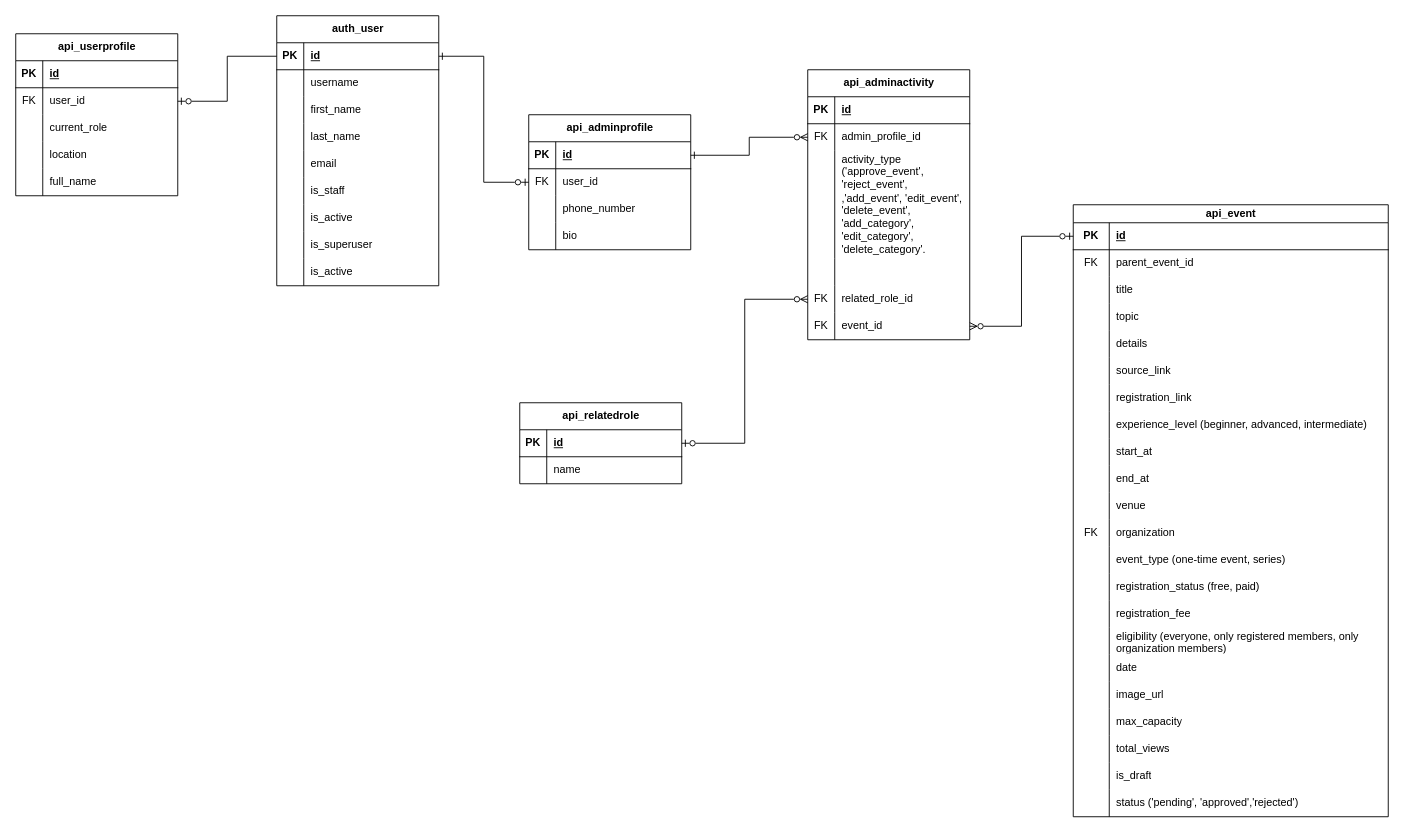
RHILIUS/drawio keeps this draw.io diagram as page "Admin" (7 of 7) of 2Gether.drawio. Above is the earlier version. Source tidied: cells renumbered, new cells numbered last; positions are measured from the earlier drawing's top-left corner, leaving out a move shared by most shapes. Both pictures are drawn from the tidied source at 90%, with x=0, y=0 at pixel (15, 15).
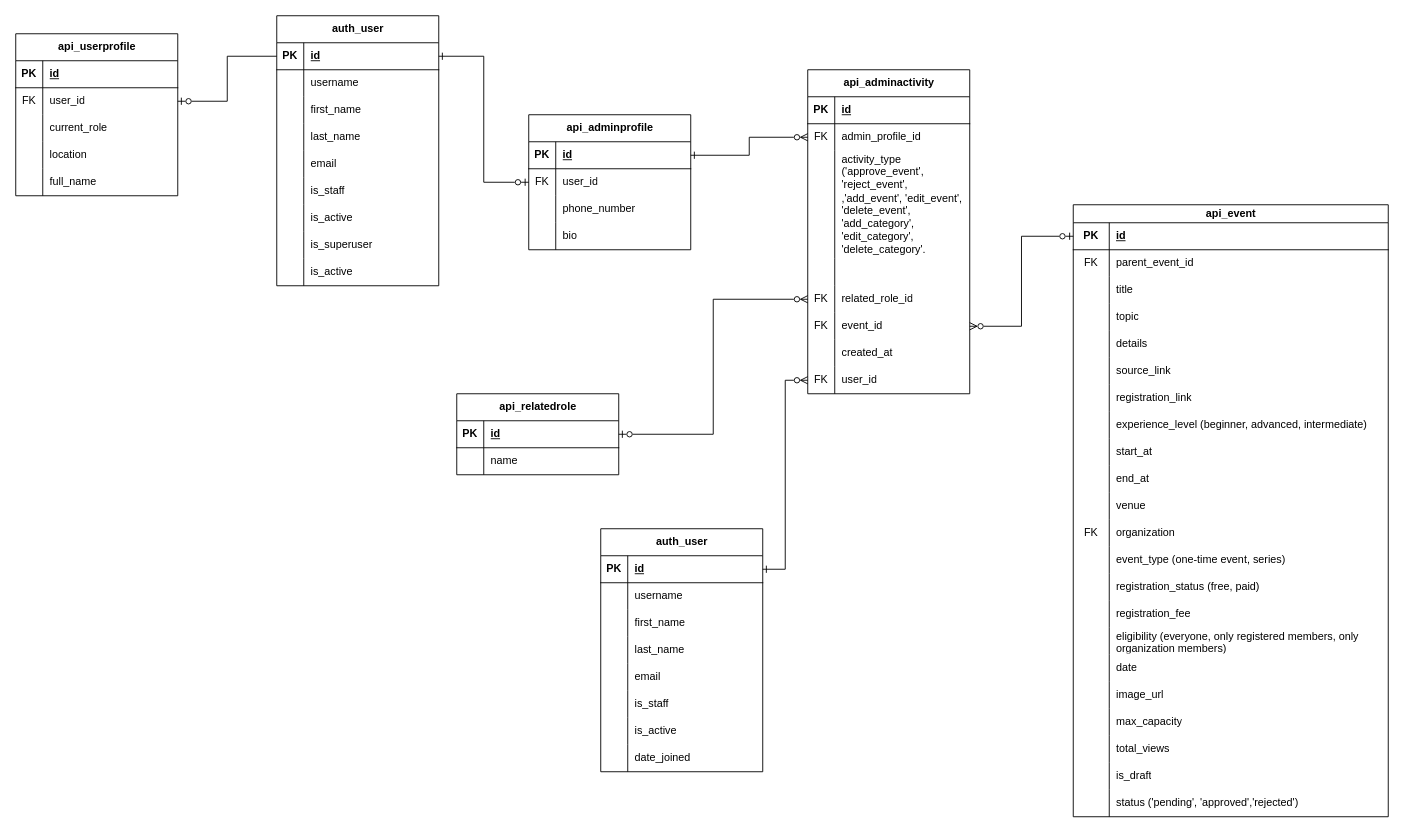
The same diagram, later.

Change to the diagram source:
```diff
@@
     <mxCell id="61" value="api_adminactivity" style="shape=table;startSize=30;childLayout=tableLayout;rowLines=0;fontStyle=1;align=center;html=1;" parent="1" vertex="1">
-      <mxGeometry x="880" y="60" width="180" height="300" as="geometry" />
+      <mxGeometry x="880" y="60" width="180" height="360" as="geometry" />
     </mxCell>
@@
+    <mxCell id="157" style="shape=tableRow;horizontal=0;startSize=0;swimlaneHead=0;swimlaneBody=0;fillColor=none;top=0;left=0;right=0;bottom=0;" parent="61" vertex="1">
+      <mxGeometry y="300" width="180" height="30" as="geometry" />
+    </mxCell>
+    <mxCell id="158" style="shape=partialRectangle;fillColor=none;top=0;left=0;bottom=0;right=0;overflow=hidden;whiteSpace=wrap;html=1;" parent="157" vertex="1">
+      <mxGeometry width="30" height="30" as="geometry" />
+    </mxCell>
+    <mxCell id="159" value="created_at" style="shape=partialRectangle;fillColor=none;top=0;left=0;bottom=0;right=0;align=left;spacingLeft=6;overflow=hidden;whiteSpace=wrap;html=1;" parent="157" vertex="1">
+      <mxGeometry x="30" width="150" height="30" as="geometry" />
+    </mxCell>
+    <mxCell id="160" style="shape=tableRow;horizontal=0;startSize=0;swimlaneHead=0;swimlaneBody=0;fillColor=none;points=[[0,0.5],[1,0.5]];portConstraint=eastwest;top=0;left=0;right=0;bottom=0;" parent="61" vertex="1">
+      <mxGeometry y="330" width="180" height="30" as="geometry" />
+    </mxCell>
+    <mxCell id="161" value="FK" style="shape=partialRectangle;fillColor=none;top=0;left=0;bottom=0;right=0;overflow=hidden;whiteSpace=wrap;html=1;" parent="160" vertex="1">
+      <mxGeometry width="30" height="30" as="geometry" />
+    </mxCell>
+    <mxCell id="162" value="user_id" style="shape=partialRectangle;fillColor=none;top=0;left=0;bottom=0;right=0;align=left;spacingLeft=6;overflow=hidden;whiteSpace=wrap;html=1;" parent="160" vertex="1">
+      <mxGeometry x="30" width="150" height="30" as="geometry" />
+    </mxCell>
@@
     <mxCell id="81" value="api_relatedrole" style="shape=table;startSize=30;childLayout=tableLayout;rowLines=0;fontStyle=1;align=center;html=1;" parent="1" vertex="1">
-      <mxGeometry x="560" y="430" width="180" height="90" as="geometry" />
+      <mxGeometry x="490" y="420" width="180" height="90" as="geometry" />
     </mxCell>
@@
+    <mxCell id="163" value="auth_user" style="shape=table;startSize=30;childLayout=tableLayout;rowLines=0;fontStyle=1;align=center;html=1;" parent="1" vertex="1">
+      <mxGeometry x="650" y="570" width="180" height="270" as="geometry" />
+    </mxCell>
+    <mxCell id="164" style="shape=tableRow;horizontal=0;startSize=0;swimlaneHead=0;swimlaneBody=0;fillColor=none;points=[[0,0.5],[1,0.5]];portConstraint=eastwest;top=0;left=0;right=0;bottom=1;" parent="163" vertex="1">
+      <mxGeometry y="30" width="180" height="30" as="geometry" />
+    </mxCell>
+    <mxCell id="165" value="PK" style="shape=partialRectangle;fillColor=none;top=0;left=0;bottom=0;right=0;fontStyle=1;overflow=hidden;whiteSpace=wrap;html=1;" parent="164" vertex="1">
+      <mxGeometry width="30" height="30" as="geometry" />
+    </mxCell>
+    <mxCell id="166" value="id" style="shape=partialRectangle;fillColor=none;top=0;left=0;bottom=0;right=0;align=left;spacingLeft=6;fontStyle=5;overflow=hidden;whiteSpace=wrap;html=1;" parent="164" vertex="1">
+      <mxGeometry x="30" width="150" height="30" as="geometry" />
+    </mxCell>
+    <mxCell id="167" style="shape=tableRow;horizontal=0;startSize=0;swimlaneHead=0;swimlaneBody=0;fillColor=none;top=0;left=0;right=0;bottom=0;" parent="163" vertex="1">
+      <mxGeometry y="60" width="180" height="30" as="geometry" />
+    </mxCell>
+    <mxCell id="168" style="shape=partialRectangle;fillColor=none;top=0;left=0;bottom=0;right=0;overflow=hidden;whiteSpace=wrap;html=1;" parent="167" vertex="1">
+      <mxGeometry width="30" height="30" as="geometry" />
+    </mxCell>
+    <mxCell id="169" value="username" style="shape=partialRectangle;fillColor=none;top=0;left=0;bottom=0;right=0;align=left;spacingLeft=6;overflow=hidden;whiteSpace=wrap;html=1;" parent="167" vertex="1">
+      <mxGeometry x="30" width="150" height="30" as="geometry" />
+    </mxCell>
+    <mxCell id="170" style="shape=tableRow;horizontal=0;startSize=0;swimlaneHead=0;swimlaneBody=0;fillColor=none;top=0;left=0;right=0;bottom=0;" parent="163" vertex="1">
+      <mxGeometry y="90" width="180" height="30" as="geometry" />
+    </mxCell>
+    <mxCell id="171" style="shape=partialRectangle;fillColor=none;top=0;left=0;bottom=0;right=0;overflow=hidden;whiteSpace=wrap;html=1;" parent="170" vertex="1">
+      <mxGeometry width="30" height="30" as="geometry" />
+    </mxCell>
+    <mxCell id="172" value="first_name" style="shape=partialRectangle;fillColor=none;top=0;left=0;bottom=0;right=0;align=left;spacingLeft=6;overflow=hidden;whiteSpace=wrap;html=1;" parent="170" vertex="1">
+      <mxGeometry x="30" width="150" height="30" as="geometry" />
+    </mxCell>
+    <mxCell id="173" style="shape=tableRow;horizontal=0;startSize=0;swimlaneHead=0;swimlaneBody=0;fillColor=none;top=0;left=0;right=0;bottom=0;" parent="163" vertex="1">
+      <mxGeometry y="120" width="180" height="30" as="geometry" />
+    </mxCell>
+    <mxCell id="174" style="shape=partialRectangle;fillColor=none;top=0;left=0;bottom=0;right=0;overflow=hidden;whiteSpace=wrap;html=1;" parent="173" vertex="1">
+      <mxGeometry width="30" height="30" as="geometry" />
+    </mxCell>
+    <mxCell id="175" value="last_name" style="shape=partialRectangle;fillColor=none;top=0;left=0;bottom=0;right=0;align=left;spacingLeft=6;overflow=hidden;whiteSpace=wrap;html=1;" parent="173" vertex="1">
+      <mxGeometry x="30" width="150" height="30" as="geometry" />
+    </mxCell>
+    <mxCell id="176" style="shape=tableRow;horizontal=0;startSize=0;swimlaneHead=0;swimlaneBody=0;fillColor=none;top=0;left=0;right=0;bottom=0;" parent="163" vertex="1">
+      <mxGeometry y="150" width="180" height="30" as="geometry" />
+    </mxCell>
+    <mxCell id="177" style="shape=partialRectangle;fillColor=none;top=0;left=0;bottom=0;right=0;overflow=hidden;whiteSpace=wrap;html=1;" parent="176" vertex="1">
+      <mxGeometry width="30" height="30" as="geometry" />
+    </mxCell>
+    <mxCell id="178" value="email" style="shape=partialRectangle;fillColor=none;top=0;left=0;bottom=0;right=0;align=left;spacingLeft=6;overflow=hidden;whiteSpace=wrap;html=1;" parent="176" vertex="1">
+      <mxGeometry x="30" width="150" height="30" as="geometry" />
+    </mxCell>
+    <mxCell id="179" style="shape=tableRow;horizontal=0;startSize=0;swimlaneHead=0;swimlaneBody=0;fillColor=none;top=0;left=0;right=0;bottom=0;" parent="163" vertex="1">
+      <mxGeometry y="180" width="180" height="30" as="geometry" />
+    </mxCell>
+    <mxCell id="180" style="shape=partialRectangle;fillColor=none;top=0;left=0;bottom=0;right=0;overflow=hidden;whiteSpace=wrap;html=1;" parent="179" vertex="1">
+      <mxGeometry width="30" height="30" as="geometry" />
+    </mxCell>
+    <mxCell id="181" value="is_staff" style="shape=partialRectangle;fillColor=none;top=0;left=0;bottom=0;right=0;align=left;spacingLeft=6;overflow=hidden;whiteSpace=wrap;html=1;" parent="179" vertex="1">
+      <mxGeometry x="30" width="150" height="30" as="geometry" />
+    </mxCell>
+    <mxCell id="182" style="shape=tableRow;horizontal=0;startSize=0;swimlaneHead=0;swimlaneBody=0;fillColor=none;top=0;left=0;right=0;bottom=0;" parent="163" vertex="1">
+      <mxGeometry y="210" width="180" height="30" as="geometry" />
+    </mxCell>
+    <mxCell id="183" style="shape=partialRectangle;fillColor=none;top=0;left=0;bottom=0;right=0;overflow=hidden;whiteSpace=wrap;html=1;" parent="182" vertex="1">
+      <mxGeometry width="30" height="30" as="geometry" />
+    </mxCell>
+    <mxCell id="184" value="is_active" style="shape=partialRectangle;fillColor=none;top=0;left=0;bottom=0;right=0;align=left;spacingLeft=6;overflow=hidden;whiteSpace=wrap;html=1;" parent="182" vertex="1">
+      <mxGeometry x="30" width="150" height="30" as="geometry" />
+    </mxCell>
+    <mxCell id="185" style="shape=tableRow;horizontal=0;startSize=0;swimlaneHead=0;swimlaneBody=0;fillColor=none;top=0;left=0;right=0;bottom=0;" parent="163" vertex="1">
+      <mxGeometry y="240" width="180" height="30" as="geometry" />
+    </mxCell>
+    <mxCell id="186" style="shape=partialRectangle;fillColor=none;top=0;left=0;bottom=0;right=0;overflow=hidden;whiteSpace=wrap;html=1;" parent="185" vertex="1">
+      <mxGeometry width="30" height="30" as="geometry" />
+    </mxCell>
+    <mxCell id="187" value="date_joined" style="shape=partialRectangle;fillColor=none;top=0;left=0;bottom=0;right=0;align=left;spacingLeft=6;overflow=hidden;whiteSpace=wrap;html=1;" parent="185" vertex="1">
+      <mxGeometry x="30" width="150" height="30" as="geometry" />
+    </mxCell>
+    <mxCell id="188" style="edgeStyle=orthogonalEdgeStyle;rounded=0;jettySize=auto;html=1;entryX=0;entryY=0.5;entryDx=0;entryDy=0;endArrow=ERzeroToMany;endFill=0;startArrow=ERone;startFill=0;" parent="1" edge="1" source="164" target="160">
+      <mxGeometry relative="1" as="geometry" />
+    </mxCell>
```
